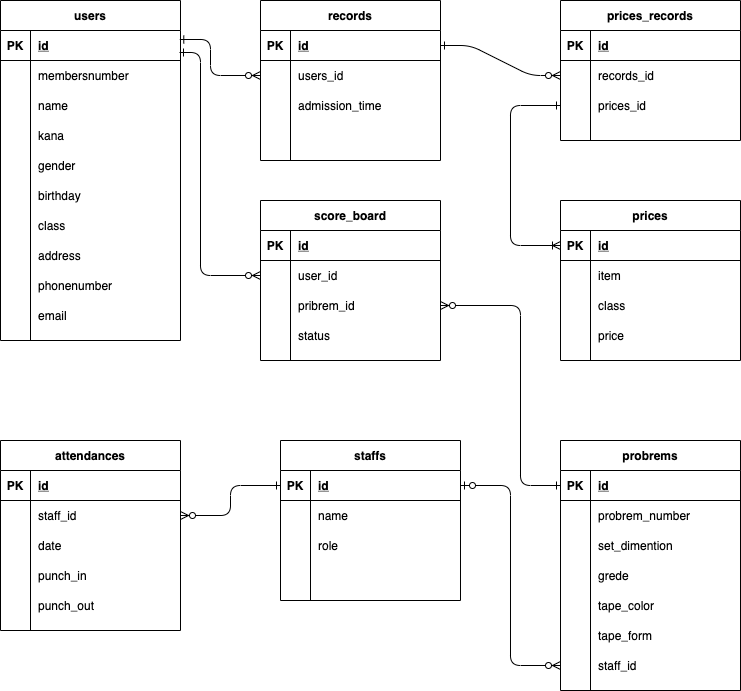
This is climb.png from saitoukiichirou/Climb, a draw.io export, as it was before one commit. Source tidied: cells renumbered, new cells last; positions are measured from the earlier drawing's top-left corner, leaving out a move shared by most shapes.
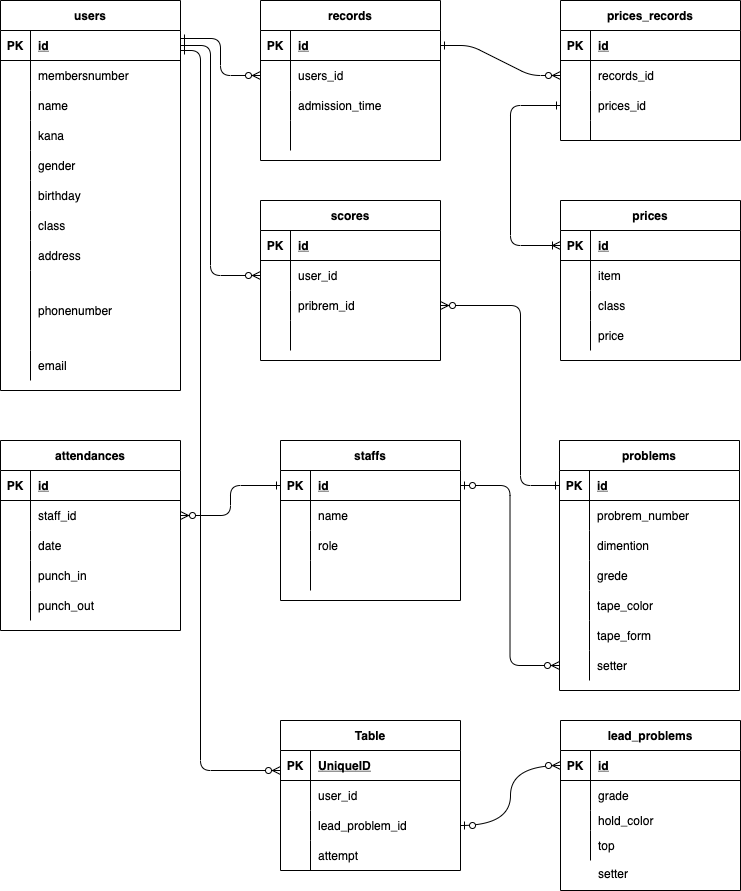
Above is the later version.

Commit message:
lead_problemのedit実装

Diff of the diagram source:
```diff
@@ -3,7 +3,7 @@
     <mxCell id="0" />
     <mxCell id="1" parent="0" />
     <mxCell id="2" value="users" style="shape=table;startSize=30;rowLines=0;fontStyle=1;align=center;" parent="1" vertex="1">
-      <mxGeometry width="180" height="340" as="geometry" />
+      <mxGeometry width="180" height="390" as="geometry" />
     </mxCell>
     <mxCell id="3" style="shape=partialRectangle;fillColor=none;top=0;left=0;bottom=1;right=0;points=[[0,0.5],[1,0.5]];portConstraint=eastwest;" parent="2" vertex="1">
       <mxGeometry y="30" width="180" height="30" as="geometry" />
@@ -78,16 +78,16 @@
       <mxGeometry x="30" width="150" height="30" as="geometry" />
     </mxCell>
     <mxCell id="27" style="shape=partialRectangle;fillColor=none;top=0;left=0;bottom=0;right=0;" parent="2" vertex="1">
-      <mxGeometry y="270" width="180" height="30" as="geometry" />
+      <mxGeometry y="270" width="180" height="80" as="geometry" />
     </mxCell>
     <mxCell id="28" style="shape=partialRectangle;fillColor=none;top=0;left=0;bottom=0;right=0;overflow=hidden;" parent="27" vertex="1">
-      <mxGeometry width="30" height="30" as="geometry" />
+      <mxGeometry width="30" height="80" as="geometry" />
     </mxCell>
     <mxCell id="29" value="phonenumber" style="shape=partialRectangle;fillColor=none;top=0;left=0;bottom=0;right=0;align=left;spacingLeft=6;overflow=hidden;" parent="27" vertex="1">
-      <mxGeometry x="30" width="150" height="30" as="geometry" />
+      <mxGeometry x="30" width="150" height="80" as="geometry" />
     </mxCell>
     <mxCell id="30" style="shape=partialRectangle;fillColor=none;top=0;left=0;bottom=0;right=0;" parent="2" vertex="1">
-      <mxGeometry y="300" width="180" height="30" as="geometry" />
+      <mxGeometry y="350" width="180" height="30" as="geometry" />
     </mxCell>
     <mxCell id="31" style="shape=partialRectangle;fillColor=none;top=0;left=0;bottom=0;right=0;overflow=hidden;" parent="30" vertex="1">
       <mxGeometry width="30" height="30" as="geometry" />
@@ -134,8 +134,8 @@
     <mxCell id="45" style="shape=partialRectangle;fillColor=none;top=0;left=0;bottom=0;right=0;align=left;spacingLeft=6;overflow=hidden;" parent="43" vertex="1">
       <mxGeometry x="30" width="150" height="30" as="geometry" />
     </mxCell>
-    <mxCell id="46" value="probrems" style="shape=table;startSize=30;rowLines=0;fontStyle=1;align=center;" parent="1" vertex="1">
-      <mxGeometry x="560" y="440" width="180" height="250" as="geometry" />
+    <mxCell id="46" value="problems" style="shape=table;startSize=30;rowLines=0;fontStyle=1;align=center;" parent="1" vertex="1">
+      <mxGeometry x="559" y="440" width="180" height="250" as="geometry" />
     </mxCell>
     <mxCell id="47" style="shape=partialRectangle;fillColor=none;top=0;left=0;bottom=1;right=0;points=[[0,0.5],[1,0.5]];portConstraint=eastwest;" parent="46" vertex="1">
       <mxGeometry y="30" width="180" height="30" as="geometry" />
@@ -161,7 +161,7 @@
     <mxCell id="54" style="shape=partialRectangle;fillColor=none;top=0;left=0;bottom=0;right=0;overflow=hidden;" parent="53" vertex="1">
       <mxGeometry width="30" height="30" as="geometry" />
     </mxCell>
-    <mxCell id="55" value="set_dimention" style="shape=partialRectangle;fillColor=none;top=0;left=0;bottom=0;right=0;align=left;spacingLeft=6;overflow=hidden;" parent="53" vertex="1">
+    <mxCell id="55" value="dimention" style="shape=partialRectangle;fillColor=none;top=0;left=0;bottom=0;right=0;align=left;spacingLeft=6;overflow=hidden;" parent="53" vertex="1">
       <mxGeometry x="30" width="150" height="30" as="geometry" />
     </mxCell>
     <mxCell id="56" style="shape=partialRectangle;fillColor=none;top=0;left=0;bottom=0;right=0;" parent="46" vertex="1">
@@ -197,7 +197,7 @@
     <mxCell id="66" style="shape=partialRectangle;fillColor=none;top=0;left=0;bottom=0;right=0;overflow=hidden;" parent="65" vertex="1">
       <mxGeometry width="30" height="30" as="geometry" />
     </mxCell>
-    <mxCell id="67" value="staff_id" style="shape=partialRectangle;fillColor=none;top=0;left=0;bottom=0;right=0;align=left;spacingLeft=6;overflow=hidden;" parent="65" vertex="1">
+    <mxCell id="67" value="setter" style="shape=partialRectangle;fillColor=none;top=0;left=0;bottom=0;right=0;align=left;spacingLeft=6;overflow=hidden;" parent="65" vertex="1">
       <mxGeometry x="30" width="150" height="30" as="geometry" />
     </mxCell>
     <mxCell id="68" value="attendances" style="shape=table;startSize=30;rowLines=0;fontStyle=1;align=center;" parent="1" vertex="1">
@@ -287,7 +287,7 @@
     <mxCell id="96" style="shape=partialRectangle;fillColor=none;top=0;left=0;bottom=0;right=0;align=left;spacingLeft=6;overflow=hidden;" parent="94" vertex="1">
       <mxGeometry x="30" width="150" height="30" as="geometry" />
     </mxCell>
-    <mxCell id="97" value="score_board" style="shape=table;startSize=30;rowLines=0;fontStyle=1;align=center;" parent="1" vertex="1">
+    <mxCell id="97" value="scores" style="shape=table;startSize=30;rowLines=0;fontStyle=1;align=center;" parent="1" vertex="1">
       <mxGeometry x="260" y="200" width="180" height="160" as="geometry" />
     </mxCell>
     <mxCell id="98" style="shape=partialRectangle;fillColor=none;top=0;left=0;bottom=1;right=0;" parent="97" vertex="1">
@@ -323,7 +323,7 @@
     <mxCell id="108" style="shape=partialRectangle;fillColor=none;top=0;left=0;bottom=0;right=0;overflow=hidden;" parent="107" vertex="1">
       <mxGeometry width="30" height="30" as="geometry" />
     </mxCell>
-    <mxCell id="109" value="status" style="shape=partialRectangle;fillColor=none;top=0;left=0;bottom=0;right=0;align=left;spacingLeft=6;overflow=hidden;" parent="107" vertex="1">
+    <mxCell id="109" style="shape=partialRectangle;fillColor=none;top=0;left=0;bottom=0;right=0;align=left;spacingLeft=6;overflow=hidden;" parent="107" vertex="1">
       <mxGeometry x="30" width="150" height="30" as="geometry" />
     </mxCell>
     <mxCell id="110" value="prices" style="shape=table;startSize=30;rowLines=0;fontStyle=1;align=center;" parent="1" vertex="1">
@@ -379,20 +379,20 @@
         </Array>
       </mxGeometry>
     </mxCell>
-    <mxCell id="126" style="edgeStyle=orthogonalEdgeStyle;rounded=1;jettySize=auto;html=1;entryX=0;entryY=0.5;entryDx=0;entryDy=0;startArrow=ERone;startFill=0;endArrow=ERzeroToMany;endFill=1;" parent="1" edge="1" target="101">
+    <mxCell id="126" style="edgeStyle=orthogonalEdgeStyle;rounded=1;jettySize=auto;html=1;entryX=0;entryY=0.5;entryDx=0;entryDy=0;startArrow=ERone;startFill=0;endArrow=ERzeroToMany;endFill=1;exitX=1;exitY=0.5;exitDx=0;exitDy=0;" parent="1" edge="1" source="3" target="101">
       <mxGeometry relative="1" as="geometry">
-        <mxPoint x="179" y="52" as="sourcePoint" />
         <Array as="points">
-          <mxPoint x="200" y="52" />
-          <mxPoint x="200" y="275" />
+          <mxPoint x="210" y="45" />
+          <mxPoint x="210" y="275" />
         </Array>
       </mxGeometry>
     </mxCell>
-    <mxCell id="127" style="edgeStyle=orthogonalEdgeStyle;rounded=1;jettySize=auto;html=1;exitX=0;exitY=0.5;exitDx=0;exitDy=0;entryX=0.996;entryY=0.3;entryDx=0;entryDy=0;startArrow=ERzeroToMany;startFill=1;endArrow=ERone;endFill=0;entryPerimeter=0;" parent="1" edge="1" source="88" target="3">
+    <mxCell id="127" style="edgeStyle=orthogonalEdgeStyle;rounded=1;jettySize=auto;html=1;exitX=0;exitY=0.5;exitDx=0;exitDy=0;startArrow=ERzeroToMany;startFill=1;endArrow=ERone;endFill=0;" parent="1" edge="1" source="88">
       <mxGeometry relative="1" as="geometry">
+        <mxPoint x="180" y="38" as="targetPoint" />
         <Array as="points">
-          <mxPoint x="210" y="75" />
-          <mxPoint x="210" y="39" />
+          <mxPoint x="220" y="75" />
+          <mxPoint x="220" y="38" />
         </Array>
       </mxGeometry>
     </mxCell>
@@ -446,5 +446,104 @@
         </Array>
       </mxGeometry>
     </mxCell>
+    <mxCell id="143" value="lead_problems" style="shape=table;startSize=30;rowLines=0;fontStyle=1;align=center;" parent="1" vertex="1">
+      <mxGeometry x="560" y="720" width="180" height="170" as="geometry" />
+    </mxCell>
+    <mxCell id="144" style="shape=tableRow;horizontal=0;startSize=0;swimlaneHead=0;swimlaneBody=0;fillColor=none;points=[[0,0.5],[1,0.5]];portConstraint=eastwest;top=0;left=0;right=0;bottom=1;" parent="143" vertex="1">
+      <mxGeometry y="30" width="180" height="30" as="geometry" />
+    </mxCell>
+    <mxCell id="145" value="PK" style="shape=partialRectangle;fillColor=none;top=0;left=0;bottom=0;right=0;fontStyle=1;overflow=hidden;" parent="144" vertex="1">
+      <mxGeometry width="30" height="30" as="geometry" />
+    </mxCell>
+    <mxCell id="146" value="id" style="shape=partialRectangle;fillColor=none;top=0;left=0;bottom=0;right=0;align=left;spacingLeft=6;fontStyle=5;overflow=hidden;" parent="144" vertex="1">
+      <mxGeometry x="30" width="150" height="30" as="geometry" />
+    </mxCell>
+    <mxCell id="147" style="shape=tableRow;horizontal=0;startSize=0;swimlaneHead=0;swimlaneBody=0;fillColor=none;top=0;left=0;right=0;bottom=0;" parent="143" vertex="1">
+      <mxGeometry y="60" width="180" height="30" as="geometry" />
+    </mxCell>
+    <mxCell id="148" style="shape=partialRectangle;fillColor=none;top=0;left=0;bottom=0;right=0;overflow=hidden;" parent="147" vertex="1">
+      <mxGeometry width="30" height="30" as="geometry" />
+    </mxCell>
+    <mxCell id="149" value="grade" style="shape=partialRectangle;fillColor=none;top=0;left=0;bottom=0;right=0;align=left;spacingLeft=6;overflow=hidden;" parent="147" vertex="1">
+      <mxGeometry x="30" width="150" height="30" as="geometry" />
+    </mxCell>
+    <mxCell id="150" style="shape=tableRow;horizontal=0;startSize=0;swimlaneHead=0;swimlaneBody=0;fillColor=none;top=0;left=0;right=0;bottom=0;" parent="143" vertex="1">
+      <mxGeometry y="90" width="180" height="20" as="geometry" />
+    </mxCell>
+    <mxCell id="151" style="shape=partialRectangle;fillColor=none;top=0;left=0;bottom=0;right=0;overflow=hidden;" parent="150" vertex="1">
+      <mxGeometry width="30" height="20" as="geometry" />
+    </mxCell>
+    <mxCell id="152" value="hold_color" style="shape=partialRectangle;fillColor=none;top=0;left=0;bottom=0;right=0;align=left;spacingLeft=6;overflow=hidden;" parent="150" vertex="1">
+      <mxGeometry x="30" width="150" height="20" as="geometry" />
+    </mxCell>
+    <mxCell id="153" style="shape=tableRow;horizontal=0;startSize=0;swimlaneHead=0;swimlaneBody=0;fillColor=none;top=0;left=0;right=0;bottom=0;" parent="143" vertex="1">
+      <mxGeometry y="110" width="180" height="30" as="geometry" />
+    </mxCell>
+    <mxCell id="154" style="shape=partialRectangle;fillColor=none;top=0;left=0;bottom=0;right=0;overflow=hidden;" parent="153" vertex="1">
+      <mxGeometry width="30" height="30" as="geometry" />
+    </mxCell>
+    <mxCell id="155" value="top" style="shape=partialRectangle;fillColor=none;top=0;left=0;bottom=0;right=0;align=left;spacingLeft=6;overflow=hidden;" parent="153" vertex="1">
+      <mxGeometry x="30" width="150" height="30" as="geometry" />
+    </mxCell>
+    <mxCell id="156" value="setter" style="shape=partialRectangle;fillColor=none;top=0;left=0;bottom=0;right=0;align=left;spacingLeft=6;overflow=hidden;" parent="1" vertex="1">
+      <mxGeometry x="590" y="858" width="150" height="30" as="geometry" />
+    </mxCell>
+    <mxCell id="157" value="Table" style="shape=table;startSize=30;rowLines=0;fontStyle=1;align=center;" parent="1" vertex="1">
+      <mxGeometry x="280" y="720" width="180" height="150" as="geometry" />
+    </mxCell>
+    <mxCell id="158" style="shape=tableRow;horizontal=0;startSize=0;swimlaneHead=0;swimlaneBody=0;fillColor=none;points=[[0,0.5],[1,0.5]];portConstraint=eastwest;top=0;left=0;right=0;bottom=1;" parent="157" vertex="1">
+      <mxGeometry y="30" width="180" height="30" as="geometry" />
+    </mxCell>
+    <mxCell id="159" value="PK" style="shape=partialRectangle;fillColor=none;top=0;left=0;bottom=0;right=0;fontStyle=1;overflow=hidden;" parent="158" vertex="1">
+      <mxGeometry width="30" height="30" as="geometry" />
+    </mxCell>
+    <mxCell id="160" value="UniqueID" style="shape=partialRectangle;fillColor=none;top=0;left=0;bottom=0;right=0;align=left;spacingLeft=6;fontStyle=5;overflow=hidden;" parent="158" vertex="1">
+      <mxGeometry x="30" width="150" height="30" as="geometry" />
+    </mxCell>
+    <mxCell id="161" style="shape=tableRow;horizontal=0;startSize=0;swimlaneHead=0;swimlaneBody=0;fillColor=none;top=0;left=0;right=0;bottom=0;" parent="157" vertex="1">
+      <mxGeometry y="60" width="180" height="30" as="geometry" />
+    </mxCell>
+    <mxCell id="162" style="shape=partialRectangle;fillColor=none;top=0;left=0;bottom=0;right=0;overflow=hidden;" parent="161" vertex="1">
+      <mxGeometry width="30" height="30" as="geometry" />
+    </mxCell>
+    <mxCell id="163" value="user_id" style="shape=partialRectangle;fillColor=none;top=0;left=0;bottom=0;right=0;align=left;spacingLeft=6;overflow=hidden;" parent="161" vertex="1">
+      <mxGeometry x="30" width="150" height="30" as="geometry" />
+    </mxCell>
+    <mxCell id="164" style="shape=tableRow;horizontal=0;startSize=0;swimlaneHead=0;swimlaneBody=0;fillColor=none;points=[[0,0.5],[1,0.5]];portConstraint=eastwest;top=0;left=0;right=0;bottom=0;" parent="157" vertex="1">
+      <mxGeometry y="90" width="180" height="30" as="geometry" />
+    </mxCell>
+    <mxCell id="165" style="shape=partialRectangle;fillColor=none;top=0;left=0;bottom=0;right=0;overflow=hidden;" parent="164" vertex="1">
+      <mxGeometry width="30" height="30" as="geometry" />
+    </mxCell>
+    <mxCell id="166" value="lead_problem_id" style="shape=partialRectangle;fillColor=none;top=0;left=0;bottom=0;right=0;align=left;spacingLeft=6;overflow=hidden;" parent="164" vertex="1">
+      <mxGeometry x="30" width="150" height="30" as="geometry" />
+    </mxCell>
+    <mxCell id="167" style="shape=tableRow;horizontal=0;startSize=0;swimlaneHead=0;swimlaneBody=0;fillColor=none;top=0;left=0;right=0;bottom=0;" parent="157" vertex="1">
+      <mxGeometry y="120" width="180" height="30" as="geometry" />
+    </mxCell>
+    <mxCell id="168" style="shape=partialRectangle;fillColor=none;top=0;left=0;bottom=0;right=0;overflow=hidden;" parent="167" vertex="1">
+      <mxGeometry width="30" height="30" as="geometry" />
+    </mxCell>
+    <mxCell id="169" value="attempt" style="shape=partialRectangle;fillColor=none;top=0;left=0;bottom=0;right=0;align=left;spacingLeft=6;overflow=hidden;" parent="167" vertex="1">
+      <mxGeometry x="30" width="150" height="30" as="geometry" />
+    </mxCell>
+    <mxCell id="170" style="fontSize=12;html=1;endArrow=ERzeroToMany;startArrow=ERzeroToOne;rounded=0;entryX=0;entryY=0.5;entryDx=0;entryDy=0;exitX=1;exitY=0.5;exitDx=0;exitDy=0;edgeStyle=orthogonalEdgeStyle;curved=1;" parent="1" edge="1" source="164" target="144">
+      <mxGeometry relative="1" as="geometry">
+        <Array as="points">
+          <mxPoint x="510" y="825" />
+          <mxPoint x="510" y="765" />
+        </Array>
+      </mxGeometry>
+    </mxCell>
+    <mxCell id="171" style="edgeStyle=orthogonalEdgeStyle;rounded=1;jettySize=auto;html=1;startArrow=ERone;startFill=0;endArrow=ERzeroToMany;endFill=1;entryX=0;entryY=0.667;entryDx=0;entryDy=0;entryPerimeter=0;" parent="1" edge="1" target="158">
+      <mxGeometry relative="1" as="geometry">
+        <mxPoint x="180" y="50" as="sourcePoint" />
+        <Array as="points">
+          <mxPoint x="180" y="50" />
+          <mxPoint x="200" y="50" />
+          <mxPoint x="200" y="770" />
+        </Array>
+      </mxGeometry>
+    </mxCell>
   </root>
 </mxGraphModel>
```
